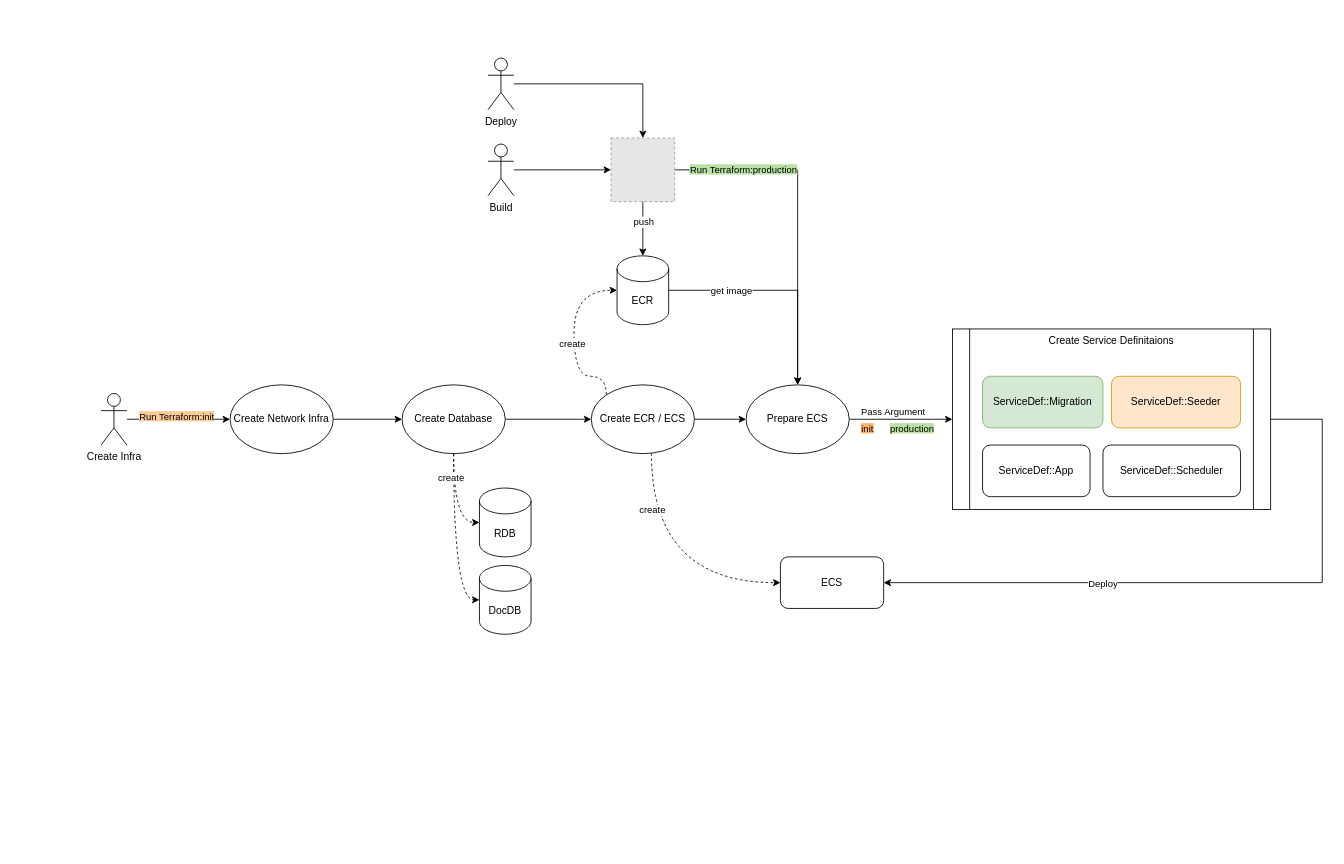
The draw.io diagram aws-plan.drawio in djcho/draw-io-repo, before the edit. Source tidied: cells renumbered, new cells numbered last; positions are measured from the earlier drawing's top-left corner, leaving out a move shared by most shapes. Both pictures are drawn from the tidied source at 86%, with x=0, y=0 at pixel (101, 58). Pictures stored in the file or linked from it are replaced by grey dashed boxes.
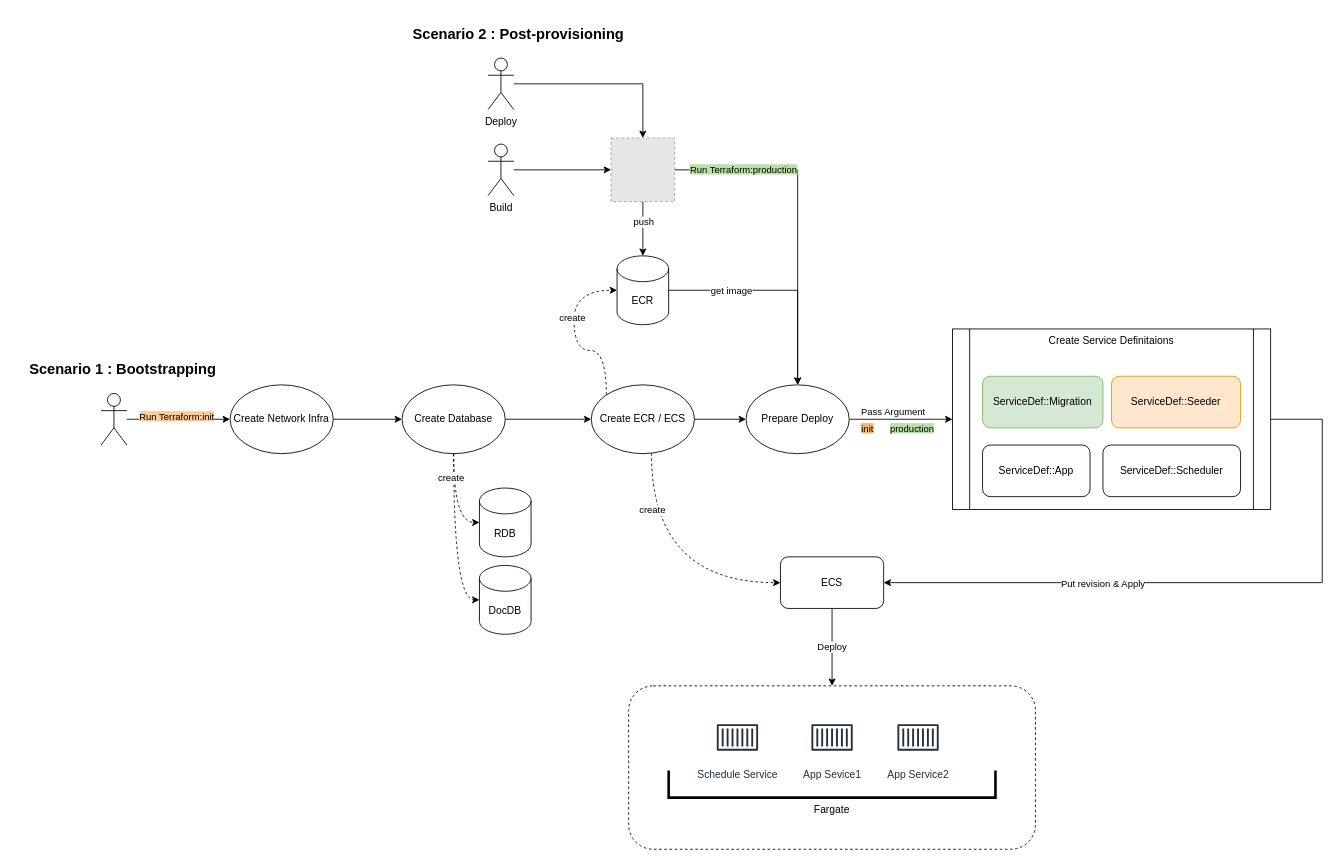
Above is the later version.

The change refers to these unchanged cells:
```xml
<mxCell id="2" style="edgeStyle=orthogonalEdgeStyle;rounded=0;jettySize=auto;html=1;entryX=1;entryY=0.5;entryDx=0;entryDy=0;" parent="1" edge="1" source="4" target="28">
  <mxGeometry relative="1" as="geometry">
    <Array as="points">
      <mxPoint x="1420" y="420" />
      <mxPoint x="1420" y="610" />
    </Array>
  </mxGeometry>
</mxCell>
<mxCell id="14" value="ECR" style="shape=cylinder3;whiteSpace=wrap;html=1;boundedLbl=1;backgroundOutline=1;size=15;" parent="1" vertex="1">
  <mxGeometry x="600" y="230" width="60" height="80" as="geometry" />
</mxCell>
<mxCell id="25" value="Create ECR / ECS" style="ellipse;whiteSpace=wrap;html=1;" parent="1" vertex="1">
  <mxGeometry x="570" y="380" width="120" height="80" as="geometry" />
</mxCell>
<mxCell id="28" value="ECS" style="rounded=1;whiteSpace=wrap;html=1;" parent="1" vertex="1">
  <mxGeometry x="790" y="580" width="120" height="60" as="geometry" />
</mxCell>
```

What changed in the source:
```diff
@@
+    <mxCell id="45" style="rounded=1;whiteSpace=wrap;html=1;dashed=1;" parent="1" vertex="1">
+      <mxGeometry x="613.5" y="730" width="473" height="190" as="geometry" />
+    </mxCell>
@@
-    <mxCell id="3" value="Deploy" style="edgeLabel;html=1;align=center;verticalAlign=middle;" parent="2" vertex="1">
+    <mxCell id="3" value="Put revision &amp;amp; Apply" style="edgeLabel;html=1;align=center;verticalAlign=middle;" parent="2" vertex="1">
       <mxGeometry x="0.11" y="-1" relative="1" as="geometry">
         <mxPoint x="-84" y="1" as="offset" />
       </mxGeometry>
     </mxCell>
@@
-    <mxCell id="11" value="Create Infra" style="shape=umlActor;verticalLabelPosition=bottom;verticalAlign=top;html=1;outlineConnect=0;" parent="1" vertex="1">
+    <mxCell id="11" style="shape=umlActor;verticalLabelPosition=bottom;verticalAlign=top;html=1;outlineConnect=0;" parent="1" vertex="1">
       <mxGeometry y="390" width="30" height="60" as="geometry" />
     </mxCell>
@@
     <mxCell id="20" style="edgeStyle=orthogonalEdgeStyle;rounded=0;jettySize=auto;html=1;dashed=1;curved=1;exitX=0;exitY=0;exitDx=0;exitDy=0;" parent="1" edge="1" source="25" target="14">
       <mxGeometry relative="1" as="geometry">
         <Array as="points">
-          <mxPoint x="588" y="370" />
-          <mxPoint x="550" y="370" />
+          <mxPoint x="588" y="340" />
+          <mxPoint x="550" y="340" />
           <mxPoint x="550" y="270" />
         </Array>
       </mxGeometry>
     </mxCell>
     <mxCell id="21" value="create" style="edgeLabel;html=1;align=center;verticalAlign=middle;" parent="20" vertex="1">
-      <mxGeometry x="-0.06" y="3" relative="1" as="geometry" />
+      <mxGeometry x="-0.06" y="3" relative="1" as="geometry">
+        <mxPoint y="-30" as="offset" />
+      </mxGeometry>
     </mxCell>
@@
+    <mxCell id="46" value="Deploy" style="edgeStyle=orthogonalEdgeStyle;rounded=0;jettySize=auto;html=1;entryX=0.5;entryY=0;entryDx=0;entryDy=0;" parent="1" edge="1" source="28" target="45">
+      <mxGeometry relative="1" as="geometry" />
+    </mxCell>
@@
-    <mxCell id="40" value="Prepare ECS" style="ellipse;whiteSpace=wrap;html=1;" parent="1" vertex="1">
+    <mxCell id="40" value="Prepare Deploy" style="ellipse;whiteSpace=wrap;html=1;" parent="1" vertex="1">
       <mxGeometry x="750" y="380" width="120" height="80" as="geometry" />
     </mxCell>
@@
+    <mxCell id="47" value="Schedule Service" style="sketch=0;fontColor=#232F3E;gradientColor=none;strokeColor=#232F3E;fillColor=#ffffff;dashed=0;verticalLabelPosition=bottom;verticalAlign=top;align=center;html=1;fontSize=12;fontStyle=0;shape=mxgraph.aws4.resourceIcon;resIcon=mxgraph.aws4.container_1;" parent="1" vertex="1">
+      <mxGeometry x="710" y="760" width="60" height="60" as="geometry" />
+    </mxCell>
+    <mxCell id="48" value="App Sevice1" style="sketch=0;fontColor=#232F3E;gradientColor=none;strokeColor=#232F3E;fillColor=#ffffff;dashed=0;verticalLabelPosition=bottom;verticalAlign=top;align=center;html=1;fontSize=12;fontStyle=0;shape=mxgraph.aws4.resourceIcon;resIcon=mxgraph.aws4.container_1;" parent="1" vertex="1">
+      <mxGeometry x="820" y="760" width="60" height="60" as="geometry" />
+    </mxCell>
+    <mxCell id="49" value="App Service2" style="sketch=0;fontColor=#232F3E;gradientColor=none;strokeColor=#232F3E;fillColor=#ffffff;dashed=0;verticalLabelPosition=bottom;verticalAlign=top;align=center;html=1;fontSize=12;fontStyle=0;shape=mxgraph.aws4.resourceIcon;resIcon=mxgraph.aws4.container_1;" parent="1" vertex="1">
+      <mxGeometry x="920" y="760" width="60" height="60" as="geometry" />
+    </mxCell>
+    <mxCell id="50" value="Fargate" style="shape=partialRectangle;whiteSpace=wrap;html=1;bottom=1;right=1;left=1;top=0;fillColor=none;routingCenterX=-0.5;labelPosition=center;verticalLabelPosition=bottom;align=center;verticalAlign=top;strokeWidth=3;" parent="1" vertex="1">
+      <mxGeometry x="660" y="830" width="380" height="30" as="geometry" />
+    </mxCell>
+    <mxCell id="51" value="&lt;font style=&quot;font-size: 17px;&quot;&gt;Scenario 1 :&amp;nbsp;&lt;/font&gt;&lt;span style=&quot;background-color: transparent; font-size: 17px;&quot;&gt;Bootstrapping&lt;/span&gt;" style="text;strokeColor=none;fillColor=none;html=1;fontSize=24;fontStyle=1;verticalAlign=middle;align=center;" parent="1" vertex="1">
+      <mxGeometry x="-100" y="340" width="250" height="40" as="geometry" />
+    </mxCell>
+    <mxCell id="52" value="&lt;font style=&quot;font-size: 17px;&quot;&gt;Scenario 2 :&amp;nbsp;&lt;/font&gt;&lt;span style=&quot;background-color: transparent; font-size: 17px;&quot;&gt;Post-provisioning&lt;/span&gt;" style="text;strokeColor=none;fillColor=none;html=1;fontSize=24;fontStyle=1;verticalAlign=middle;align=center;" parent="1" vertex="1">
+      <mxGeometry x="360" y="-50" width="250" height="40" as="geometry" />
+    </mxCell>
```
